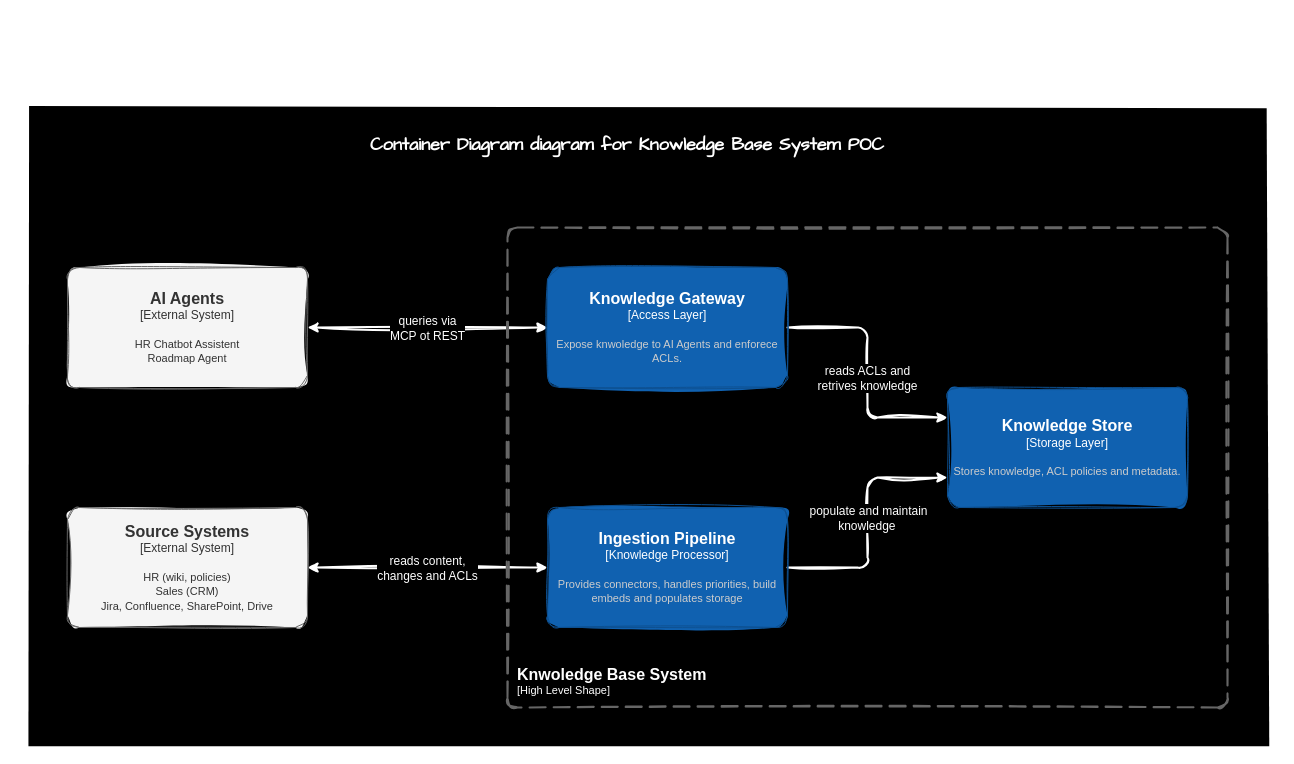
This is _docs/00--project-brief/00-c4-l2--container-diagram--knowledge-base-system.drawio from paulAlexSerban/prj--knowledge-base-system, a draw.io file, before an edit. Source tidied: cells renumbered, new cells numbered last; positions are measured from the earlier drawing's top-left corner, leaving out a move shared by most shapes. Both pictures are drawn from the tidied source at 100%, with x=0, y=0 at pixel (27, 107).
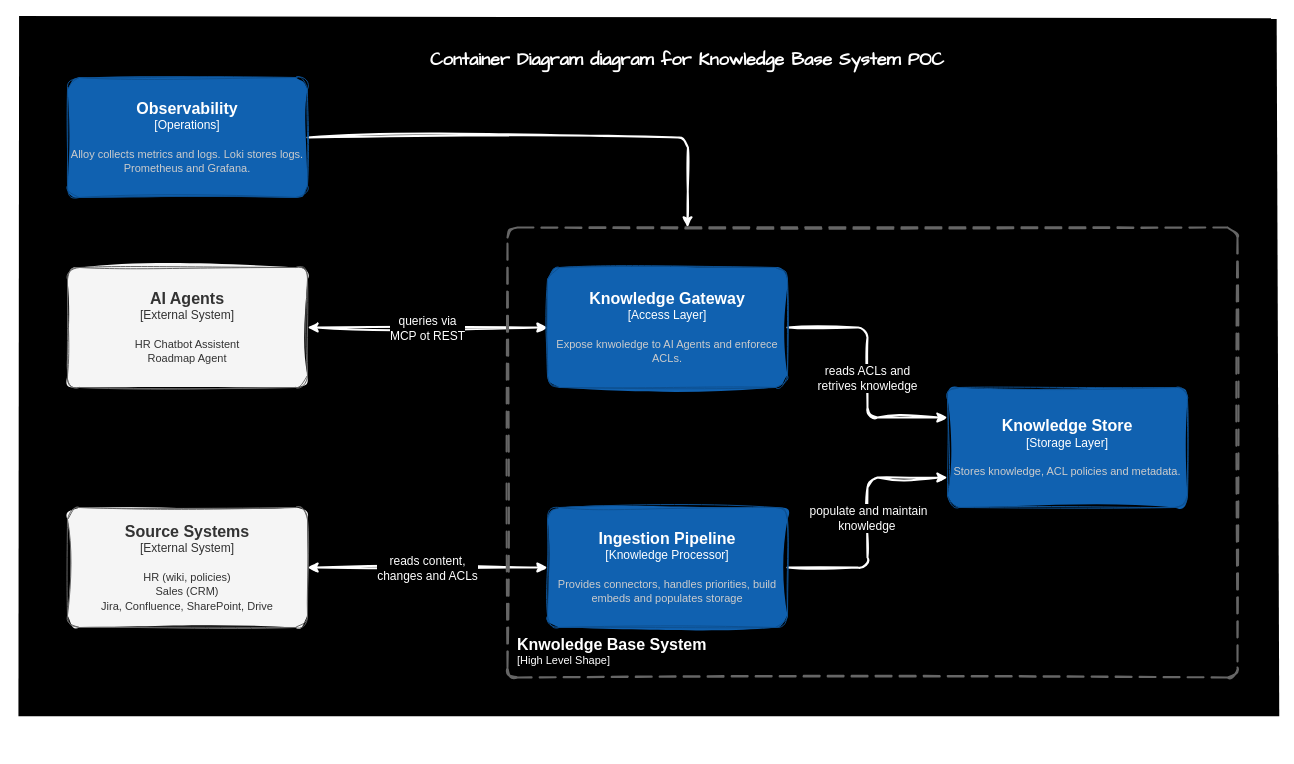
The same page after the edit.

What changed in the source:
```diff
@@
     <mxCell id="2" style="rounded=0;whiteSpace=wrap;html=1;labelBackgroundColor=#000000;sketch=1;fillStyle=solid;strokeWidth=2;fontFamily=Helvetica;fontSize=12;fontColor=#FFFFFF;fillColor=#000000;strokeColor=none;" parent="1" vertex="1">
-      <mxGeometry width="1240" height="640" as="geometry" />
+      <mxGeometry x="-10" y="-90" width="1260" height="700" as="geometry" />
     </mxCell>
@@
     <mxCell id="9" value="Container Diagram diagram for Knowledge Base System POC" style="text;align=center;verticalAlign=middle;fontStyle=1;fontSize=18;fontFamily=Comic Sans MS;fontColor=#FFFFFF;" parent="1" vertex="1">
-      <mxGeometry x="350" y="15" width="500" height="40" as="geometry" />
+      <mxGeometry x="410" y="-70" width="500" height="40" as="geometry" />
     </mxCell>
@@
+    <mxCell id="18" style="edgeStyle=orthogonalEdgeStyle;html=1;strokeWidth=2;sketch=1;curveFitting=1;jiggle=2;strokeColor=#FFFFFF;" parent="1" edge="1" source="19">
+      <mxGeometry relative="1" as="geometry">
+        <mxPoint x="660" y="120" as="targetPoint" />
+      </mxGeometry>
+    </mxCell>
+    <object id="19" label="&lt;font style=&quot;font-size: 16px&quot;&gt;&lt;b&gt;%c4Name%&lt;/b&gt;&lt;/font&gt;&lt;div&gt;[%c4Type%]&lt;/div&gt;&lt;br&gt;&lt;div&gt;&lt;font style=&quot;font-size: 11px&quot;&gt;&lt;font color=&quot;#cccccc&quot;&gt;%c4Description%&lt;/font&gt;&lt;/font&gt;&lt;/div&gt;" c4Description="Alloy collects metrics and logs. Loki stores logs. Prometheus and Grafana." c4Name="Observability" c4Type="Operations" placeholders="1">
+      <mxCell style="rounded=1;whiteSpace=wrap;html=1;labelBackgroundColor=none;fillColor=#1061B0;fontColor=#ffffff;align=center;arcSize=10;strokeColor=#0D5091;points=[[0.25,0,0],[0.5,0,0],[0.75,0,0],[1,0.25,0],[1,0.5,0],[1,0.75,0],[0.75,1,0],[0.5,1,0],[0.25,1,0],[0,0.75,0],[0,0.5,0],[0,0.25,0]];fontFamily=Helvetica;sketch=1;curveFitting=1;jiggle=2;fillStyle=solid;" parent="1" vertex="1">
+        <mxGeometry x="40" y="-30" width="240" height="120" as="geometry" />
+      </mxCell>
+    </object>
     <object id="17" label="&lt;font style=&quot;font-size: 16px&quot;&gt;&lt;b&gt;&lt;div style=&quot;text-align: left&quot;&gt;%c4Name%&lt;/div&gt;&lt;/b&gt;&lt;/font&gt;&lt;div style=&quot;text-align: left&quot;&gt;[%c4Application%]&lt;/div&gt;" c4Application="High Level Shape" c4Name="Knwoledge Base System" placeholders="1">
       <mxCell style="rounded=1;fontSize=11;whiteSpace=wrap;html=1;dashed=1;arcSize=20;fillColor=none;strokeColor=#666666;fontColor=#FFFFFF;labelBackgroundColor=none;align=left;verticalAlign=bottom;labelBorderColor=none;spacingTop=0;spacing=10;dashPattern=8 4;perimeter=rectanglePerimeter;labelPadding=0;absoluteArcSize=1;fontFamily=Helvetica;strokeWidth=2;sketch=1;curveFitting=1;jiggle=2;" parent="1" vertex="1">
-        <mxGeometry x="480" y="120" width="720" height="480" as="geometry" />
+        <mxGeometry x="480" y="120" width="730" height="450" as="geometry" />
       </mxCell>
     </object>
```
